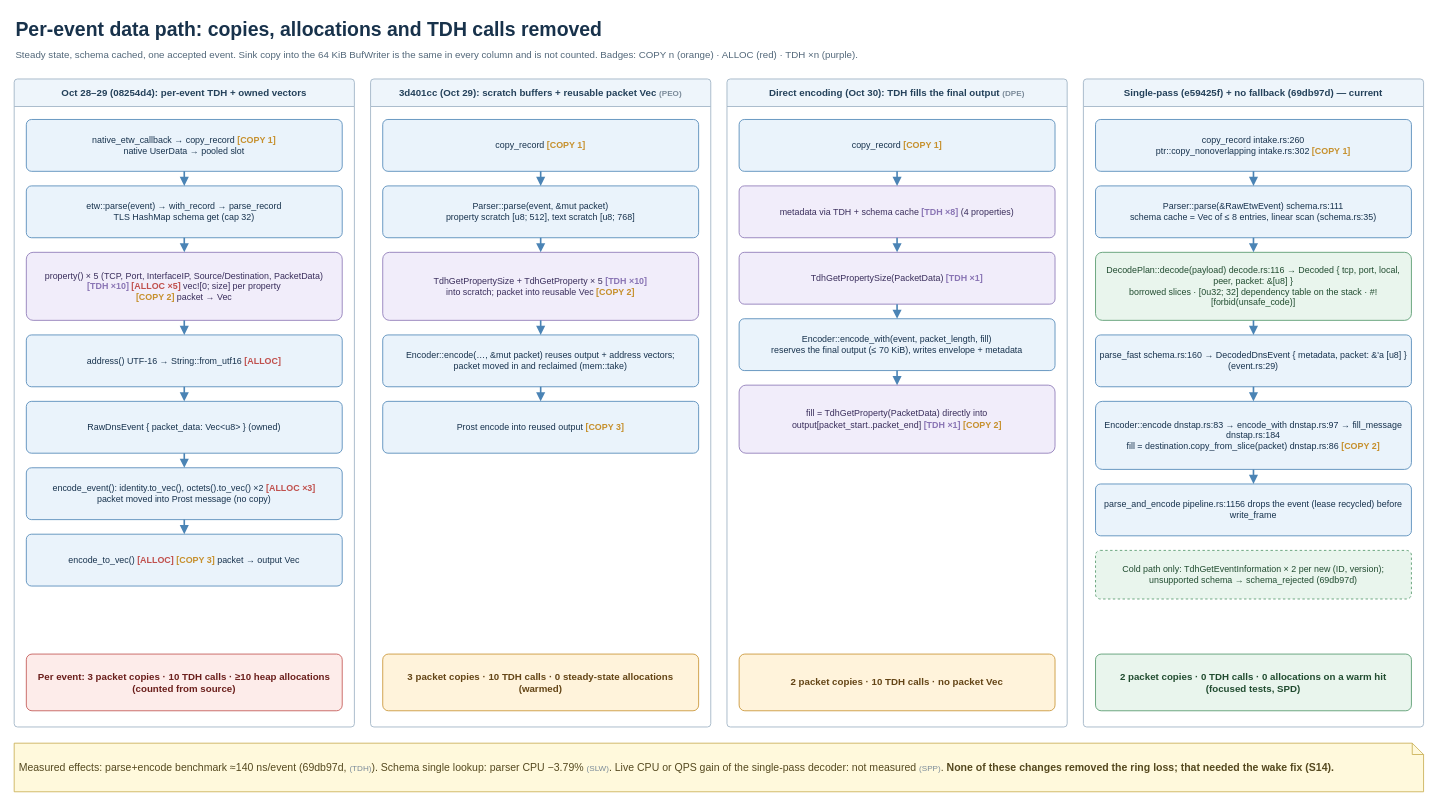
Above: page "6 Copies and allocations" (6 of 10) of docs/history/diagrams/loss-solutioning.drawio in miketheitguy/etw-dnstap (draw.io), before the change. Source tidied: cells renumbered, new cells numbered last; positions are measured from the earlier drawing's top-left corner, leaving out a move shared by most shapes. Both pictures are drawn from the tidied source at 81%, with x=0, y=0 at pixel (14, 14).
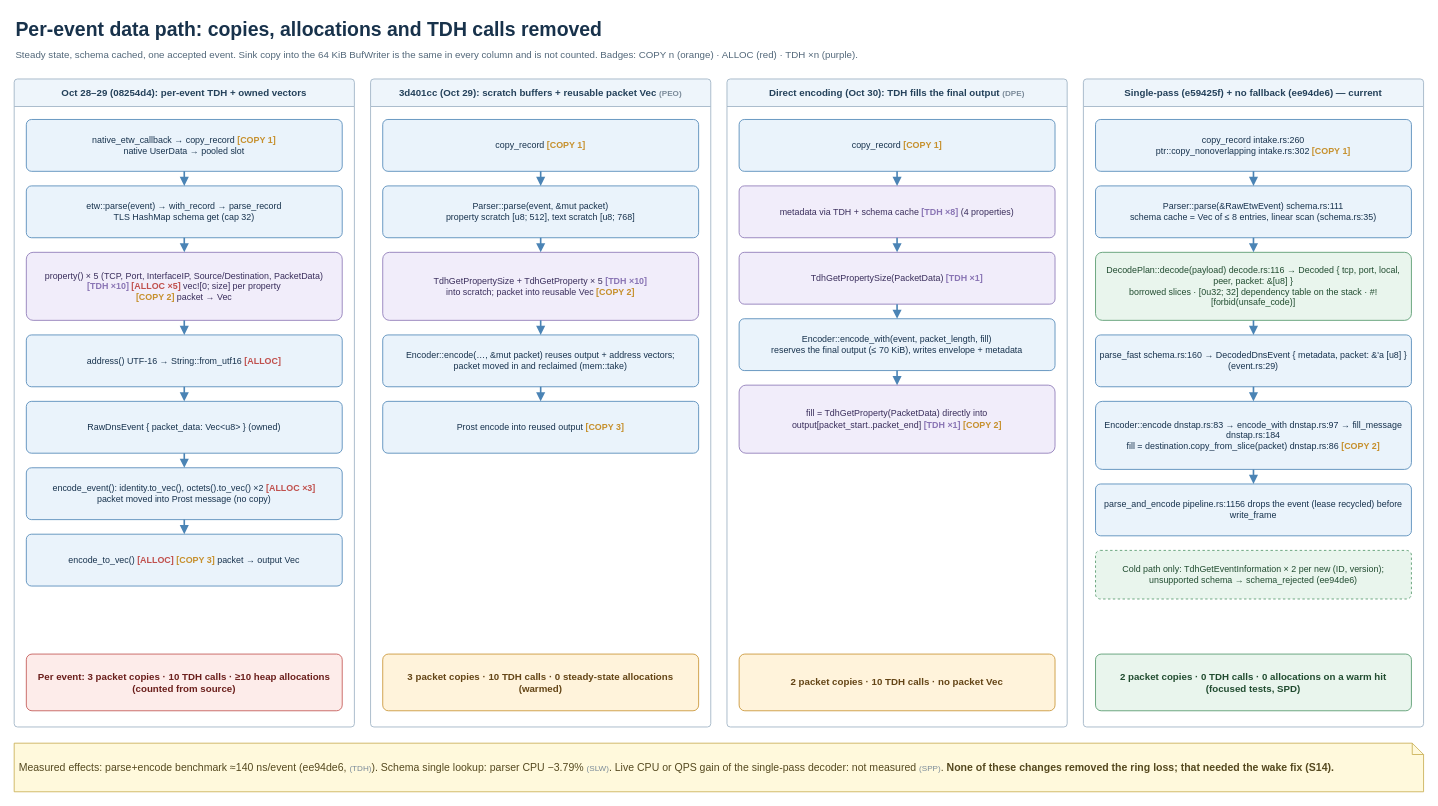
The same diagram, later.

Diff of the diagram source:
```diff
@@
-    <mxCell id="41" value="Single-pass (e59425f) + no fallback (69db97d) — current" style="swimlane;startSize=34;rounded=1;arcSize=4;fillColor=#eef5fb;swimlaneFillColor=#ffffff;strokeColor=#9aafc1;fontColor=#24415a;fontStyle=1;fontSize=12;html=1;whiteSpace=wrap;" parent="1" vertex="1">
+    <mxCell id="41" value="Single-pass (e59425f) + no fallback (ee94de6) — current" style="swimlane;startSize=34;rounded=1;arcSize=4;fillColor=#eef5fb;swimlaneFillColor=#ffffff;strokeColor=#9aafc1;fontColor=#24415a;fontStyle=1;fontSize=12;html=1;whiteSpace=wrap;" parent="1" vertex="1">
       <mxGeometry x="1320" y="80" width="420" height="800" as="geometry" />
     </mxCell>
@@
-    <mxCell id="53" value="Cold path only: TdhGetEventInformation × 2 per new (ID, version);&lt;br&gt;unsupported schema → schema_rejected (69db97d)" style="rounded=1;arcSize=10;whiteSpace=wrap;html=1;fillColor=#e9f5ed;strokeColor=#4f9567;fontColor=#214c30;fontSize=11;fontStyle=0;align=center;verticalAlign=middle;spacing=6;strokeWidth=1;dashed=1;" parent="1" vertex="1">
+    <mxCell id="53" value="Cold path only: TdhGetEventInformation × 2 per new (ID, version);&lt;br&gt;unsupported schema → schema_rejected (ee94de6)" style="rounded=1;arcSize=10;whiteSpace=wrap;html=1;fillColor=#e9f5ed;strokeColor=#4f9567;fontColor=#214c30;fontSize=11;fontStyle=0;align=center;verticalAlign=middle;spacing=6;strokeWidth=1;dashed=1;" parent="1" vertex="1">
       <mxGeometry x="1335" y="662" width="390" height="60" as="geometry" />
     </mxCell>
@@
-    <mxCell id="55" value="Measured effects: parse+encode benchmark ≈140 ns/event (69db97d, &lt;font color=&quot;#7a8a99&quot; style=&quot;font-size:10px&quot;&gt;(TDH)&lt;/font&gt;). Schema single lookup: parser CPU −3.79% &lt;font color=&quot;#7a8a99&quot; style=&quot;font-size:10px&quot;&gt;(SLW)&lt;/font&gt;. Live CPU or QPS gain of the single-pass decoder: not measured &lt;font color=&quot;#7a8a99&quot; style=&quot;font-size:10px&quot;&gt;(SPP)&lt;/font&gt;. &lt;b&gt;None of these changes removed the ring loss; that needed the wake fix (S14).&lt;/b&gt;" style="shape=note;size=14;rounded=1;arcSize=10;whiteSpace=wrap;html=1;fillColor=#fff9dc;strokeColor=#c8ad4f;fontColor=#55491f;fontSize=13;fontStyle=0;align=left;verticalAlign=middle;spacing=6;strokeWidth=1;" parent="1" vertex="1">
+    <mxCell id="55" value="Measured effects: parse+encode benchmark ≈140 ns/event (ee94de6, &lt;font color=&quot;#7a8a99&quot; style=&quot;font-size:10px&quot;&gt;(TDH)&lt;/font&gt;). Schema single lookup: parser CPU −3.79% &lt;font color=&quot;#7a8a99&quot; style=&quot;font-size:10px&quot;&gt;(SLW)&lt;/font&gt;. Live CPU or QPS gain of the single-pass decoder: not measured &lt;font color=&quot;#7a8a99&quot; style=&quot;font-size:10px&quot;&gt;(SPP)&lt;/font&gt;. &lt;b&gt;None of these changes removed the ring loss; that needed the wake fix (S14).&lt;/b&gt;" style="shape=note;size=14;rounded=1;arcSize=10;whiteSpace=wrap;html=1;fillColor=#fff9dc;strokeColor=#c8ad4f;fontColor=#55491f;fontSize=13;fontStyle=0;align=left;verticalAlign=middle;spacing=6;strokeWidth=1;" parent="1" vertex="1">
       <mxGeometry y="900" width="1740" height="60" as="geometry" />
     </mxCell>
```
